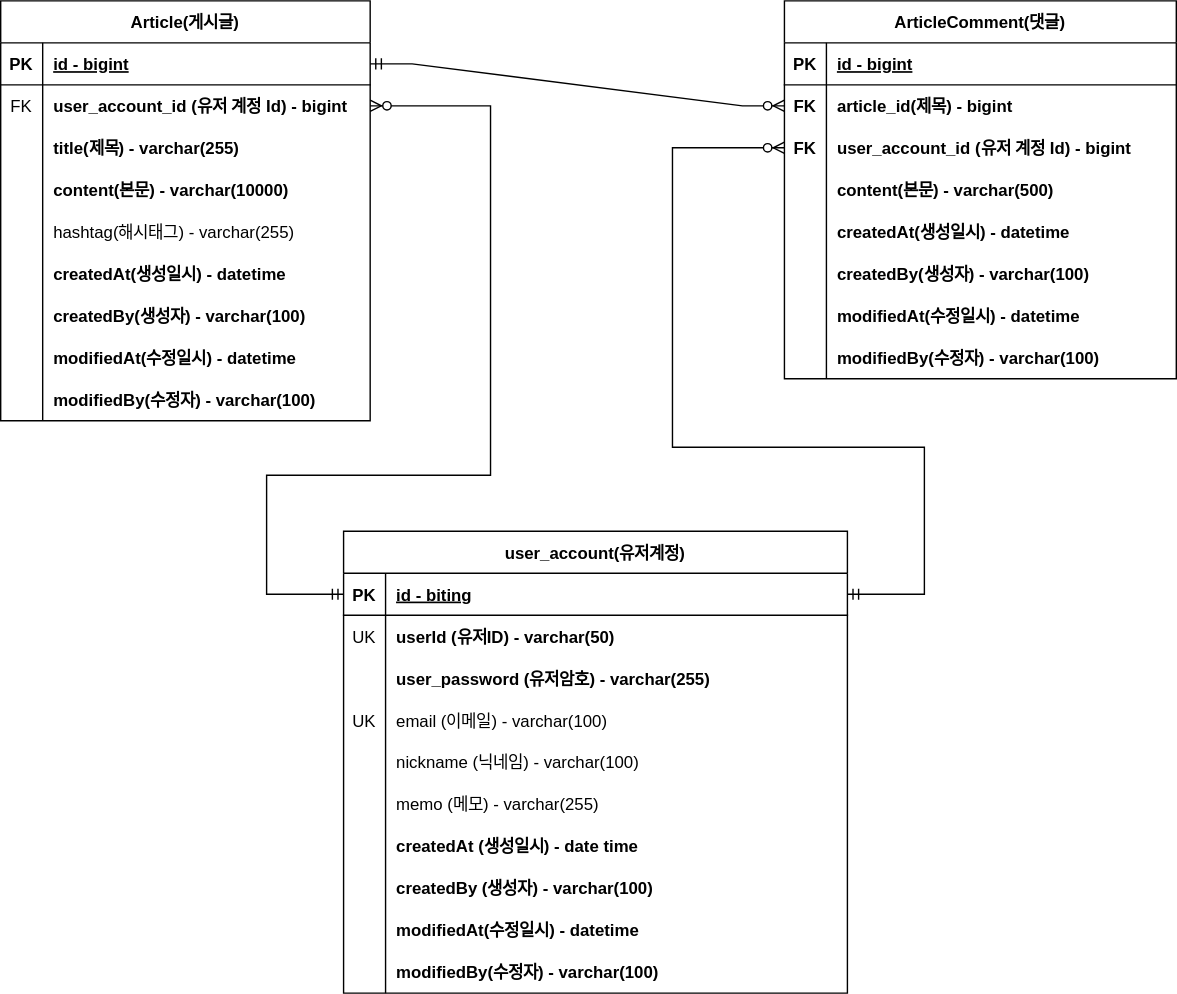
Before: document/project-board-erd.svg, a diagram exported from draw.io (Dukapuri/basic-board). Source tidied: cells renumbered, new cells last; positions are measured from the earlier drawing's top-left corner, leaving out a move shared by most shapes.
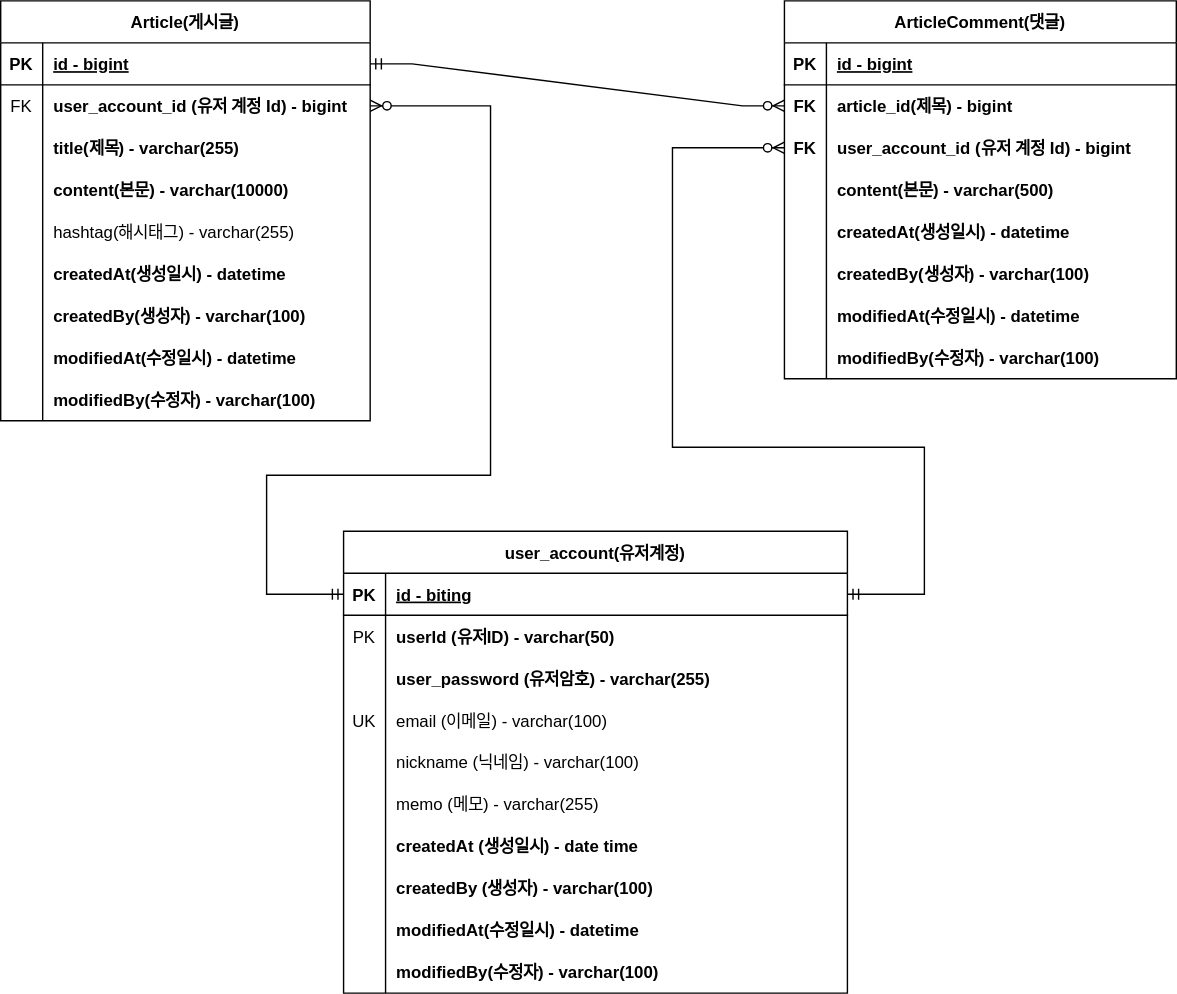
The same diagram one commit later.

The edit, as a diff of the source:
```diff
@@ -179,7 +179,7 @@
     <mxCell id="60" style="shape=tableRow;horizontal=0;startSize=0;swimlaneHead=0;swimlaneBody=0;fillColor=none;top=0;left=0;right=0;bottom=0;" parent="56" vertex="1">
       <mxGeometry y="60" width="360" height="30" as="geometry" />
     </mxCell>
-    <mxCell id="61" value="UK" style="shape=partialRectangle;fillColor=none;top=0;left=0;bottom=0;right=0;overflow=hidden;" parent="60" vertex="1">
+    <mxCell id="61" value="PK" style="shape=partialRectangle;fillColor=none;top=0;left=0;bottom=0;right=0;overflow=hidden;" parent="60" vertex="1">
       <mxGeometry width="30" height="30" as="geometry" />
     </mxCell>
     <mxCell id="62" value="userId (유저ID) - varchar(50)" style="shape=partialRectangle;fillColor=none;top=0;left=0;bottom=0;right=0;align=left;spacingLeft=6;overflow=hidden;fontStyle=1;" parent="60" vertex="1">
```
